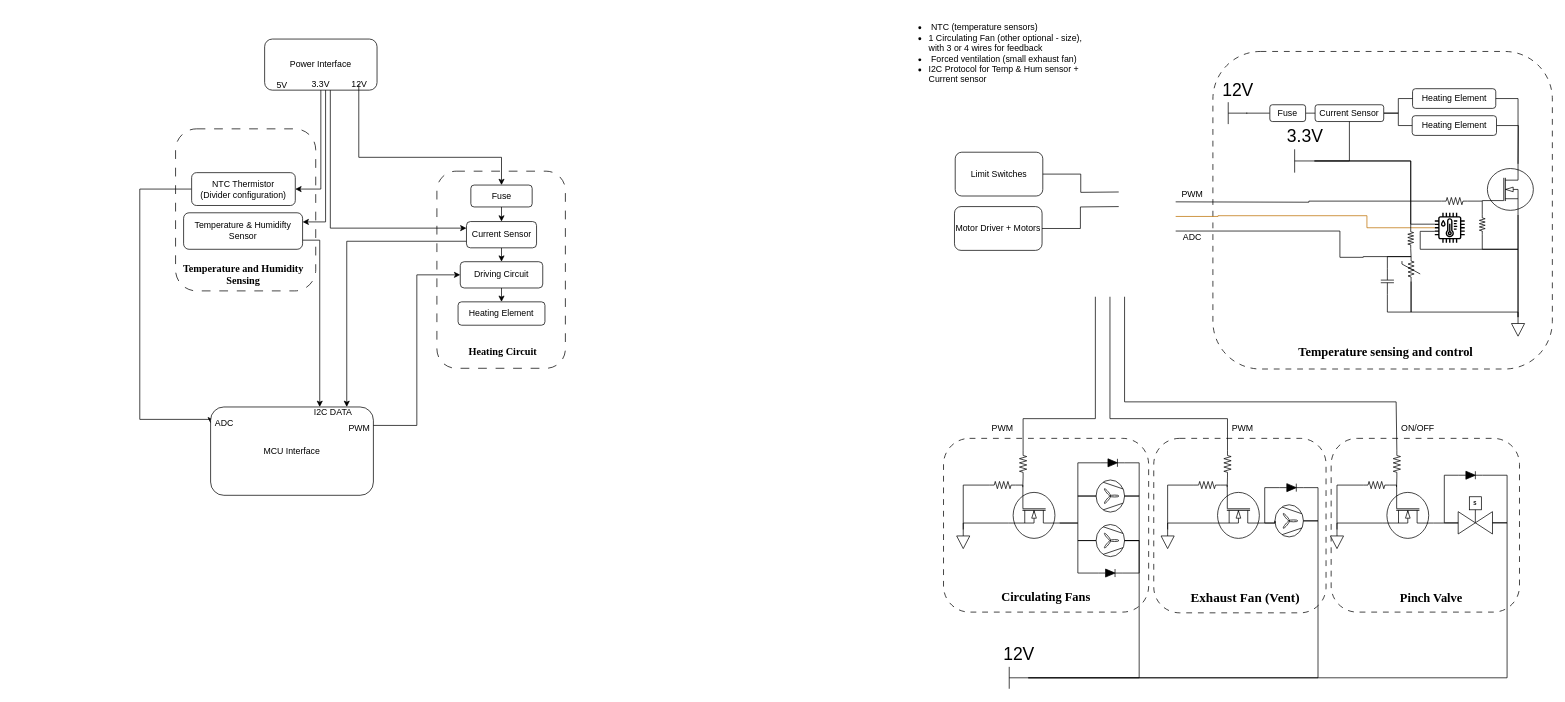
Earlier version of the draw.io diagram docs/Temp & humidity control.drawio (musyani-io/solar-powered-incubator). Source tidied: cells renumbered, new cells numbered last; positions are measured from the earlier drawing's top-left corner, leaving out a move shared by most shapes. Both pictures are drawn from the tidied source at 73%, with x=0, y=0 at pixel (139, 12).
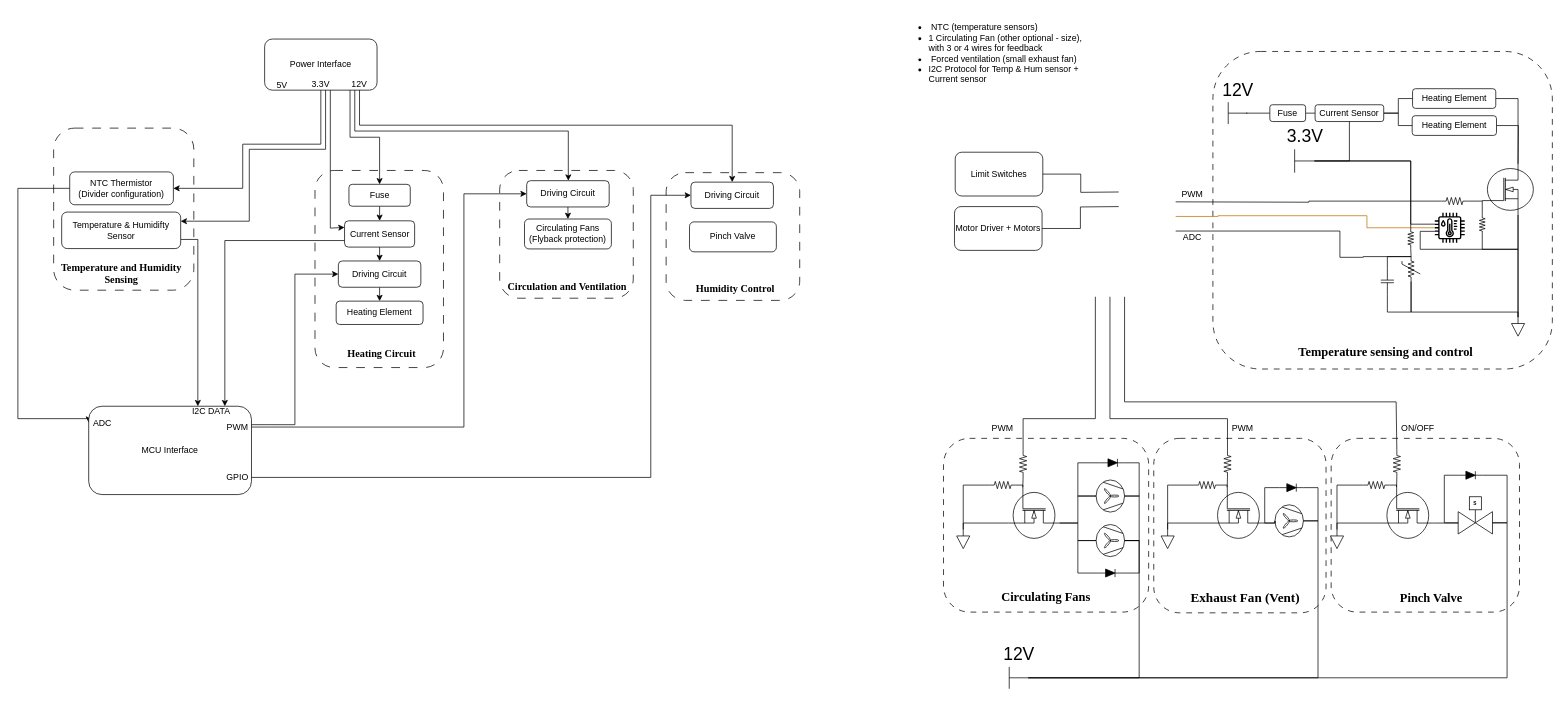
The same diagram, later.

Commit message:
fix: added schematic block - humidity control

Unchanged cells that the change refers to:
```xml
<mxCell id="126" value="3.3V" style="text;html=1;whiteSpace=wrap;strokeColor=none;fillColor=none;align=center;verticalAlign=middle;rounded=0;" parent="1" vertex="1">
  <mxGeometry x="235" y="89" width="26" height="17" as="geometry" />
</mxCell>
<mxCell id="128" value="12V" style="text;html=1;whiteSpace=wrap;strokeColor=none;fillColor=none;align=center;verticalAlign=middle;rounded=0;" parent="1" vertex="1">
  <mxGeometry x="288" y="90" width="26" height="16" as="geometry" />
</mxCell>
```

The edit, as a diff of the source:
```diff
@@
+    <mxCell id="136" style="rounded=1;whiteSpace=wrap;html=1;dashed=1;dashPattern=12 12;" parent="1" vertex="1">
+      <mxGeometry x="721" y="219" width="183" height="175" as="geometry" />
+    </mxCell>
+    <mxCell id="137" style="rounded=1;whiteSpace=wrap;html=1;dashed=1;dashPattern=12 12;" parent="1" vertex="1">
+      <mxGeometry x="493" y="216" width="183" height="175" as="geometry" />
+    </mxCell>
     <mxCell id="2" style="rounded=1;whiteSpace=wrap;html=1;dashed=1;dashPattern=12 12;" parent="1" vertex="1">
-      <mxGeometry x="407" y="217" width="176" height="270" as="geometry" />
+      <mxGeometry x="240" y="216" width="176" height="270" as="geometry" />
     </mxCell>
@@
     <mxCell id="108" style="rounded=1;whiteSpace=wrap;html=1;dashed=1;dashPattern=12 12;" parent="1" vertex="1">
-      <mxGeometry x="49" y="159" width="192" height="222" as="geometry" />
+      <mxGeometry x="-118" y="158" width="192" height="222" as="geometry" />
     </mxCell>
@@
     <mxCell id="111" value="Fuse" style="rounded=1;whiteSpace=wrap;html=1;" parent="1" vertex="1">
-      <mxGeometry x="453.5" y="236" width="84" height="30" as="geometry" />
+      <mxGeometry x="286.5" y="235" width="84" height="30" as="geometry" />
     </mxCell>
@@
     <mxCell id="114" value="Current Sensor" style="rounded=1;whiteSpace=wrap;html=1;" parent="1" vertex="1">
-      <mxGeometry x="447.5" y="286" width="96" height="36" as="geometry" />
+      <mxGeometry x="280.5" y="285" width="96" height="36" as="geometry" />
     </mxCell>
     <mxCell id="115" value="Heating Element" style="rounded=1;whiteSpace=wrap;html=1;" parent="1" vertex="1">
-      <mxGeometry x="436" y="396" width="119" height="32" as="geometry" />
+      <mxGeometry x="269" y="395" width="119" height="32" as="geometry" />
     </mxCell>
@@
     <mxCell id="117" value="Temperature &amp;amp; Humidifty Sensor" style="rounded=1;whiteSpace=wrap;html=1;" parent="1" vertex="1">
-      <mxGeometry x="60" y="274" width="163" height="50" as="geometry" />
+      <mxGeometry x="-107" y="273" width="163" height="50" as="geometry" />
     </mxCell>
     <mxCell id="118" style="edgeStyle=orthogonalEdgeStyle;rounded=0;jettySize=auto;html=1;exitX=0;exitY=0.5;exitDx=0;exitDy=0;entryX=0;entryY=0.5;entryDx=0;entryDy=0;" parent="1" edge="1" source="119" target="130">
       <mxGeometry relative="1" as="geometry">
         <Array as="points">
-          <mxPoint y="242" />
-          <mxPoint y="557" />
+          <mxPoint x="-167" y="241" />
+          <mxPoint x="-167" y="556" />
         </Array>
       </mxGeometry>
     </mxCell>
     <mxCell id="119" value="NTC Thermistor&lt;div&gt;(Divider configuration)&lt;/div&gt;" style="rounded=1;whiteSpace=wrap;html=1;" parent="1" vertex="1">
-      <mxGeometry x="71" y="219" width="142" height="45" as="geometry" />
+      <mxGeometry x="-96" y="218" width="142" height="45" as="geometry" />
     </mxCell>
@@
     <mxCell id="121" value="Driving Circuit" style="rounded=1;whiteSpace=wrap;html=1;" parent="1" vertex="1">
-      <mxGeometry x="439" y="341" width="113" height="36" as="geometry" />
+      <mxGeometry x="272" y="340" width="113" height="36" as="geometry" />
     </mxCell>
@@
     <mxCell id="124" style="edgeStyle=orthogonalEdgeStyle;rounded=0;jettySize=auto;html=1;exitX=0.75;exitY=1;exitDx=0;exitDy=0;entryX=1;entryY=0.25;entryDx=0;entryDy=0;" parent="1" edge="1" source="126" target="117">
-      <mxGeometry relative="1" as="geometry" />
+      <mxGeometry relative="1" as="geometry">
+        <Array as="points">
+          <mxPoint x="254" y="187" />
+          <mxPoint x="150" y="187" />
+          <mxPoint x="150" y="286" />
+        </Array>
+      </mxGeometry>
     </mxCell>
     <mxCell id="125" style="edgeStyle=orthogonalEdgeStyle;rounded=0;jettySize=auto;html=1;exitX=0.5;exitY=1;exitDx=0;exitDy=0;entryX=1;entryY=0.5;entryDx=0;entryDy=0;" parent="1" edge="1" source="126" target="119">
-      <mxGeometry relative="1" as="geometry" />
+      <mxGeometry relative="1" as="geometry">
+        <Array as="points">
+          <mxPoint x="248" y="180" />
+          <mxPoint x="141" y="180" />
+          <mxPoint x="141" y="240" />
+        </Array>
+      </mxGeometry>
     </mxCell>
@@
-    <mxCell id="127" style="edgeStyle=orthogonalEdgeStyle;rounded=0;jettySize=auto;html=1;exitX=0.25;exitY=1;exitDx=0;exitDy=0;entryX=0.5;entryY=0;entryDx=0;entryDy=0;" parent="1" edge="1" target="111">
-      <mxGeometry relative="1" as="geometry">
-        <mxPoint x="300" y="97.5" as="sourcePoint" />
-        <Array as="points">
-          <mxPoint x="300" y="198" />
-          <mxPoint x="495" y="198" />
-          <mxPoint x="495" y="236" />
-        </Array>
-      </mxGeometry>
-    </mxCell>
+    <mxCell id="138" style="edgeStyle=orthogonalEdgeStyle;rounded=0;jettySize=auto;html=1;exitX=0;exitY=1;exitDx=0;exitDy=0;entryX=0.5;entryY=0;entryDx=0;entryDy=0;" parent="1" edge="1" source="128" target="111">
+      <mxGeometry relative="1" as="geometry" />
+    </mxCell>
+    <mxCell id="139" style="edgeStyle=orthogonalEdgeStyle;rounded=0;jettySize=auto;html=1;exitX=0.25;exitY=1;exitDx=0;exitDy=0;" parent="1" edge="1" source="128" target="143">
+      <mxGeometry relative="1" as="geometry">
+        <Array as="points">
+          <mxPoint x="295" y="162" />
+          <mxPoint x="587" y="162" />
+        </Array>
+      </mxGeometry>
+    </mxCell>
+    <mxCell id="140" style="edgeStyle=orthogonalEdgeStyle;rounded=0;jettySize=auto;html=1;exitX=0.5;exitY=1;exitDx=0;exitDy=0;entryX=0.5;entryY=0;entryDx=0;entryDy=0;" parent="1" edge="1" source="128" target="146">
+      <mxGeometry relative="1" as="geometry">
+        <Array as="points">
+          <mxPoint x="301" y="154" />
+          <mxPoint x="812" y="154" />
+        </Array>
+      </mxGeometry>
+    </mxCell>
@@
     <mxCell id="129" value="MCU Interface" style="rounded=1;whiteSpace=wrap;html=1;" parent="1" vertex="1">
-      <mxGeometry x="97" y="540" width="223" height="121" as="geometry" />
+      <mxGeometry x="-70" y="539" width="223" height="121" as="geometry" />
     </mxCell>
     <mxCell id="130" value="ADC" style="text;html=1;whiteSpace=wrap;strokeColor=none;fillColor=none;align=center;verticalAlign=middle;rounded=0;" parent="1" vertex="1">
-      <mxGeometry x="97" y="556" width="38" height="13" as="geometry" />
+      <mxGeometry x="-70" y="555" width="38" height="13" as="geometry" />
     </mxCell>
     <mxCell id="131" value="I2C DATA" style="text;html=1;whiteSpace=wrap;strokeColor=none;fillColor=none;align=center;verticalAlign=middle;rounded=0;" parent="1" vertex="1">
-      <mxGeometry x="228" y="540" width="74" height="13" as="geometry" />
+      <mxGeometry x="61" y="539" width="74" height="13" as="geometry" />
     </mxCell>
     <mxCell id="132" value="&lt;div&gt;Temperature and Humidity&lt;/div&gt;&lt;div&gt;Sensing&lt;/div&gt;" style="text;html=1;whiteSpace=wrap;strokeColor=none;fillColor=none;align=center;verticalAlign=middle;rounded=0;fontFamily=Times New Roman;fontSize=14;fontStyle=1;" parent="1" vertex="1">
-      <mxGeometry x="55" y="341" width="174" height="36" as="geometry" />
+      <mxGeometry x="-112" y="340" width="174" height="36" as="geometry" />
     </mxCell>
@@
+    <mxCell id="141" style="edgeStyle=orthogonalEdgeStyle;rounded=0;jettySize=auto;html=1;exitX=1;exitY=0.5;exitDx=0;exitDy=0;entryX=0;entryY=0.5;entryDx=0;entryDy=0;" parent="1" edge="1" source="134" target="143">
+      <mxGeometry relative="1" as="geometry">
+        <Array as="points">
+          <mxPoint x="444" y="567" />
+          <mxPoint x="444" y="248" />
+        </Array>
+      </mxGeometry>
+    </mxCell>
     <mxCell id="134" value="PWM" style="text;html=1;whiteSpace=wrap;strokeColor=none;fillColor=none;align=center;verticalAlign=middle;rounded=0;" parent="1" vertex="1">
-      <mxGeometry x="282" y="562" width="38" height="13" as="geometry" />
+      <mxGeometry x="115" y="561" width="38" height="13" as="geometry" />
     </mxCell>
     <mxCell id="135" value="Heating Circuit" style="text;html=1;whiteSpace=wrap;strokeColor=none;fillColor=none;align=center;verticalAlign=middle;rounded=0;fontFamily=Times New Roman;fontSize=14;fontStyle=1;" parent="1" vertex="1">
-      <mxGeometry x="429" y="447" width="137" height="36" as="geometry" />
+      <mxGeometry x="263" y="450" width="137" height="36" as="geometry" />
     </mxCell>
+    <mxCell id="142" style="edgeStyle=orthogonalEdgeStyle;rounded=0;jettySize=auto;html=1;exitX=0.5;exitY=1;exitDx=0;exitDy=0;entryX=0.5;entryY=0;entryDx=0;entryDy=0;" parent="1" edge="1" source="143" target="144">
+      <mxGeometry relative="1" as="geometry" />
+    </mxCell>
+    <mxCell id="143" value="Driving Circuit" style="rounded=1;whiteSpace=wrap;html=1;" parent="1" vertex="1">
+      <mxGeometry x="530" y="230" width="113" height="36" as="geometry" />
+    </mxCell>
+    <mxCell id="144" value="Circulating Fans&lt;br&gt;(Flyback protection)" style="rounded=1;whiteSpace=wrap;html=1;" parent="1" vertex="1">
+      <mxGeometry x="527" y="282.5" width="119" height="41" as="geometry" />
+    </mxCell>
+    <mxCell id="145" value="Circulation and Ventilation&amp;nbsp;" style="text;html=1;whiteSpace=wrap;strokeColor=none;fillColor=none;align=center;verticalAlign=middle;rounded=0;fontFamily=Times New Roman;fontSize=14;fontStyle=1;" parent="1" vertex="1">
+      <mxGeometry x="503" y="353" width="169" height="45" as="geometry" />
+    </mxCell>
+    <mxCell id="146" value="Driving Circuit" style="rounded=1;whiteSpace=wrap;html=1;" parent="1" vertex="1">
+      <mxGeometry x="755" y="232" width="113" height="36" as="geometry" />
+    </mxCell>
+    <mxCell id="147" value="Pinch Valve" style="rounded=1;whiteSpace=wrap;html=1;" parent="1" vertex="1">
+      <mxGeometry x="753" y="286.5" width="119" height="41" as="geometry" />
+    </mxCell>
+    <mxCell id="148" style="edgeStyle=orthogonalEdgeStyle;rounded=0;jettySize=auto;html=1;exitX=1;exitY=0.5;exitDx=0;exitDy=0;entryX=0;entryY=0.5;entryDx=0;entryDy=0;" parent="1" edge="1" source="149" target="146">
+      <mxGeometry relative="1" as="geometry">
+        <Array as="points">
+          <mxPoint x="700" y="637" />
+          <mxPoint x="700" y="250" />
+        </Array>
+      </mxGeometry>
+    </mxCell>
+    <mxCell id="149" value="GPIO" style="text;html=1;whiteSpace=wrap;strokeColor=none;fillColor=none;align=center;verticalAlign=middle;rounded=0;" parent="1" vertex="1">
+      <mxGeometry x="115" y="630" width="38" height="13" as="geometry" />
+    </mxCell>
+    <mxCell id="150" value="Humidity Control" style="text;html=1;whiteSpace=wrap;strokeColor=none;fillColor=none;align=center;verticalAlign=middle;rounded=0;fontFamily=Times New Roman;fontSize=14;fontStyle=1;" parent="1" vertex="1">
+      <mxGeometry x="753" y="356" width="126" height="45" as="geometry" />
+    </mxCell>
```
